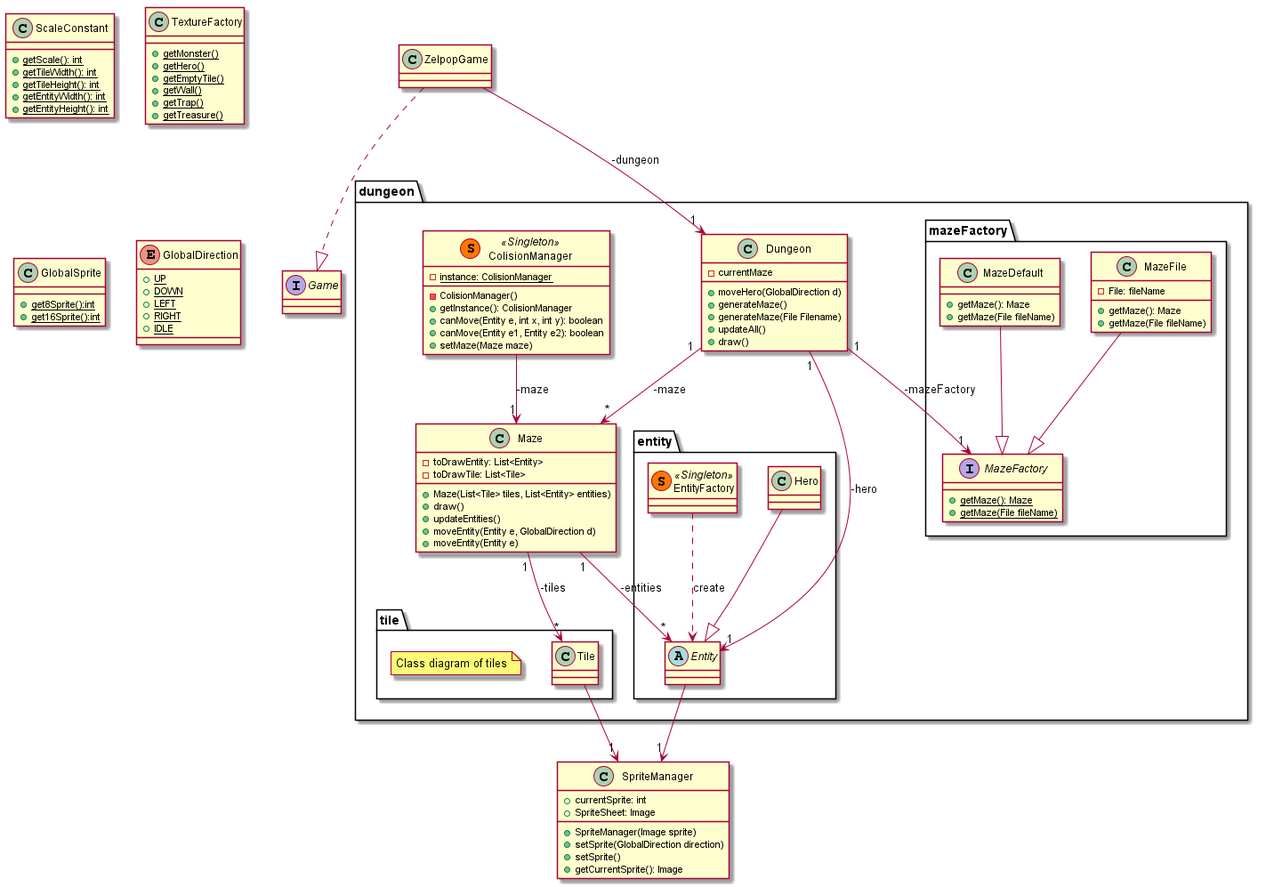
The PlantUML diagram doc/first_sprint/diagrams/class/global.png in Reynault/ACL_2019_Zelpop, before a commit.
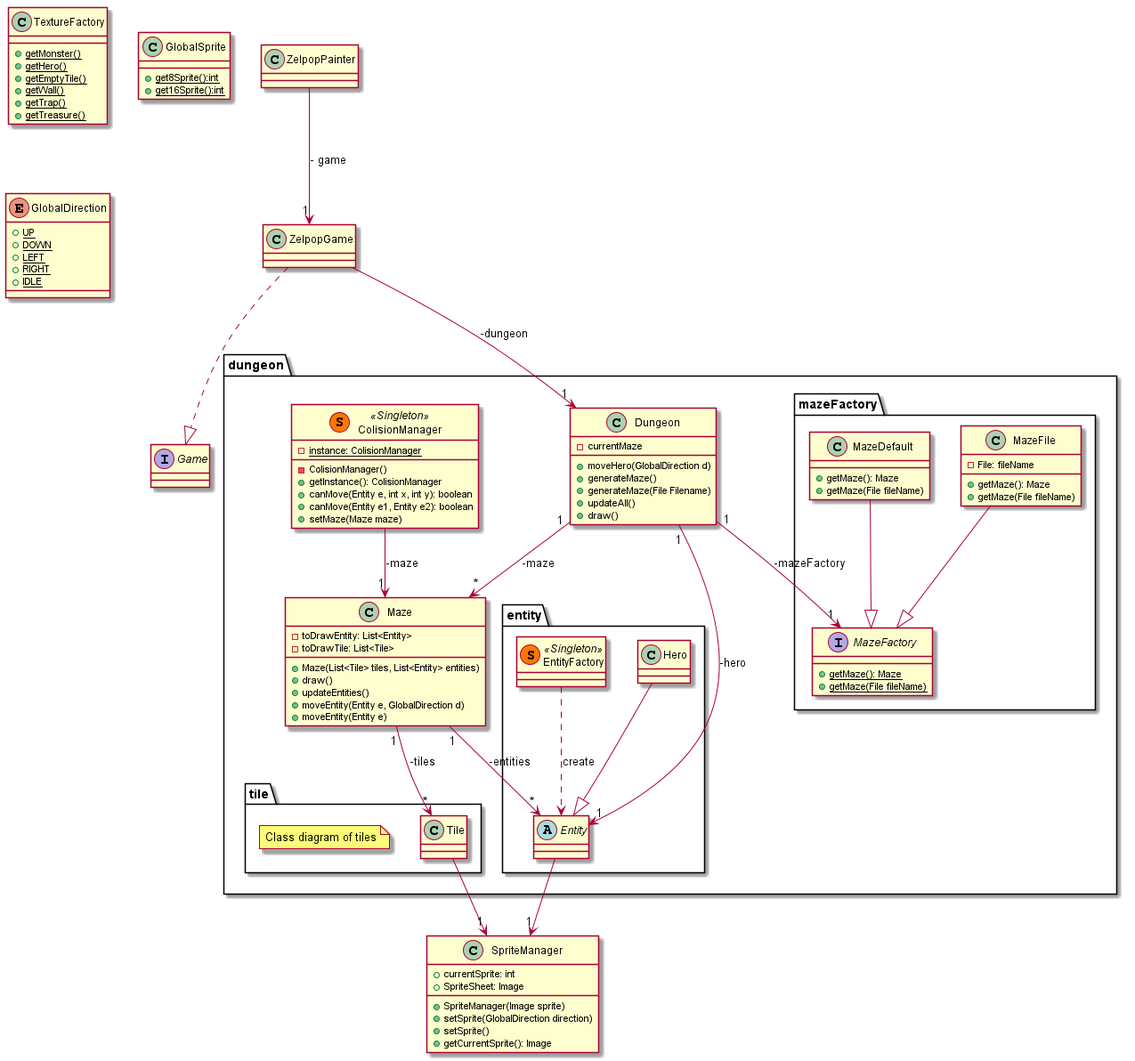
After the commit.

What changed in the source:
```diff
@@ -88,12 +88,9 @@
 
 }
 
-class ScaleConstant{
-    + {static} getScale(): int
-    + {static} getTileWidth(): int
-    + {static} getTileHeight(): int
-    + {static} getEntityWidth(): int
-    + {static} getEntityHeight(): int
+
+class ZelpopPainter{
+
 }
 
 class TextureFactory{
@@ -138,6 +135,8 @@
 ZelpopGame ..|> Game
 ZelpopGame --> "1" Dungeon: -dungeon
 
+ZelpopPainter --> "1" ZelpopGame: - game
+
 Hero --|> Entity
 Dungeon "1" --> "1" Entity : -hero
 
```
